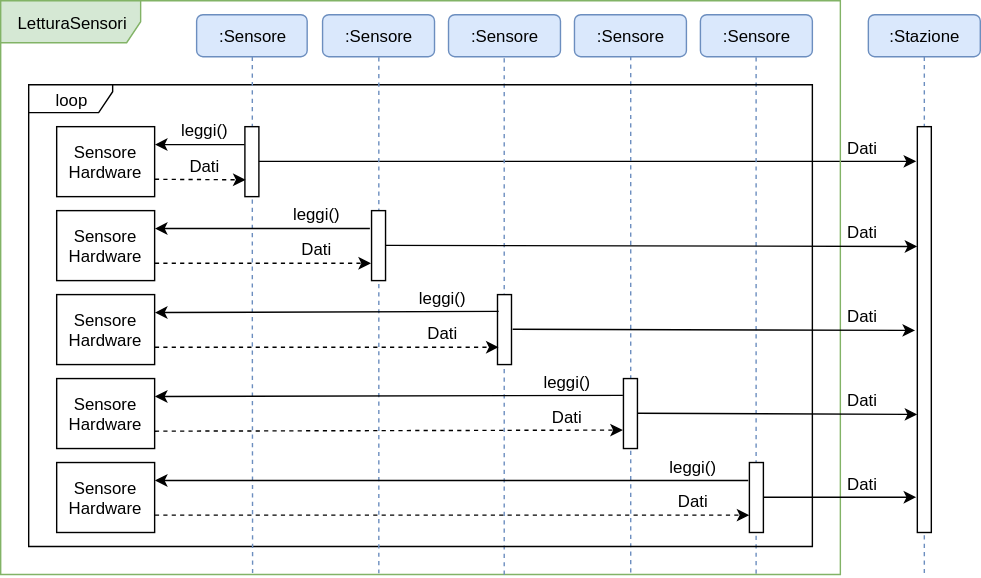
Above: resources/InteractionLetturaSensori.svg in Leaaaf/weatherment.io (draw.io), before the change. Source tidied: cells renumbered, new cells last; positions are measured from the earlier drawing's top-left corner, leaving out a move shared by most shapes.
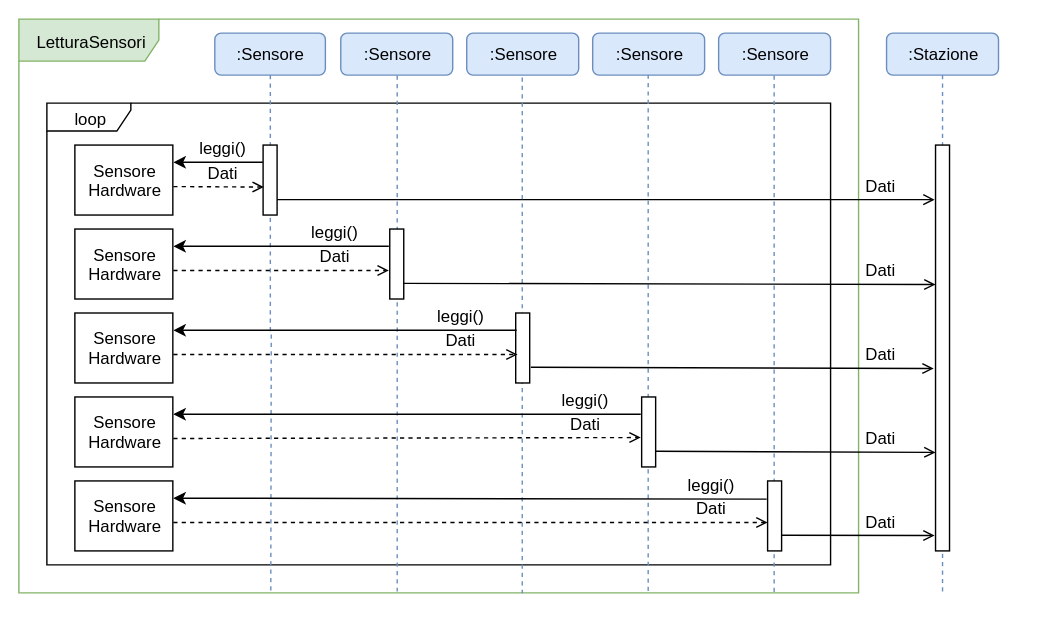
Above is the later version.

Change to the diagram source:
```diff
@@ -2,8 +2,20 @@
   <root>
     <mxCell id="0" />
     <mxCell id="1" parent="0" />
+    <mxCell id="5" value="LetturaSensori" style="shape=umlFrame;whiteSpace=wrap;html=1;width=100;height=30;fillColor=#d5e8d4;strokeColor=#82b366;" parent="1" vertex="1">
+      <mxGeometry width="600" height="410" as="geometry" />
+    </mxCell>
+    <mxCell id="7" value="loop" style="shape=umlFrame;whiteSpace=wrap;html=1;width=60;height=20;" parent="1" vertex="1">
+      <mxGeometry x="20" y="60" width="560" height="330" as="geometry" />
+    </mxCell>
+    <mxCell id="43" value="Dati" style="text;html=1;strokeColor=none;fillColor=none;align=center;verticalAlign=middle;whiteSpace=wrap;rounded=0;" parent="1" vertex="1">
+      <mxGeometry x="110" y="100" width="70" height="20" as="geometry" />
+    </mxCell>
-    <mxCell id="2" style="endArrow=classic;html=1;entryX=-0.08;entryY=0.086;entryDx=0;entryDy=0;entryPerimeter=0;exitX=0.93;exitY=0.496;exitDx=0;exitDy=0;exitPerimeter=0;" parent="1" edge="1" source="21" target="27">
-      <mxGeometry relative="1" as="geometry" />
+    <mxCell id="2" style="endArrow=open;html=1;entryX=-0.08;entryY=0.086;entryDx=0;entryDy=0;entryPerimeter=0;exitX=0.93;exitY=0.496;exitDx=0;exitDy=0;exitPerimeter=0;endFill=0;" parent="1" edge="1">
+      <mxGeometry relative="1" as="geometry">
+        <mxPoint x="183.7" y="129" as="sourcePoint" />
+        <mxPoint x="654.3" y="129" as="targetPoint" />
+      </mxGeometry>
     </mxCell>
     <mxCell id="3" style="edgeStyle=orthogonalEdgeStyle;rounded=0;orthogonalLoop=1;jettySize=auto;html=1;endArrow=none;endFill=0;dashed=1;fillColor=#dae8fc;strokeColor=#6c8ebf;exitX=0.5;exitY=1;exitDx=0;exitDy=0;entryX=0.45;entryY=0.998;entryDx=0;entryDy=0;entryPerimeter=0;" parent="1" edge="1">
       <mxGeometry relative="1" as="geometry">
@@ -25,9 +37,6 @@
         </Array>
       </mxGeometry>
     </mxCell>
-    <mxCell id="5" value="LetturaSensori" style="shape=umlFrame;whiteSpace=wrap;html=1;width=100;height=30;fillColor=#d5e8d4;strokeColor=#82b366;" parent="1" vertex="1">
-      <mxGeometry width="600" height="410" as="geometry" />
-    </mxCell>
     <mxCell id="6" style="edgeStyle=orthogonalEdgeStyle;rounded=0;orthogonalLoop=1;jettySize=auto;html=1;endArrow=none;endFill=0;dashed=1;fillColor=#dae8fc;strokeColor=#6c8ebf;exitX=0.5;exitY=1;exitDx=0;exitDy=0;entryX=0.45;entryY=0.998;entryDx=0;entryDy=0;entryPerimeter=0;" parent="1" edge="1">
       <mxGeometry relative="1" as="geometry">
         <mxPoint x="359.5" y="41.5" as="sourcePoint" />
@@ -38,9 +47,6 @@
         </Array>
       </mxGeometry>
     </mxCell>
-    <mxCell id="7" value="loop" style="shape=umlFrame;whiteSpace=wrap;html=1;width=60;height=20;" parent="1" vertex="1">
-      <mxGeometry x="20" y="60" width="560" height="330" as="geometry" />
-    </mxCell>
     <mxCell id="8" style="edgeStyle=orthogonalEdgeStyle;rounded=0;jettySize=auto;html=1;endArrow=none;endFill=0;dashed=1;fillColor=#dae8fc;strokeColor=#6c8ebf;exitX=0.5;exitY=1;exitDx=0;exitDy=0;entryX=0.45;entryY=0.998;entryDx=0;entryDy=0;entryPerimeter=0;" parent="1" edge="1" source="16" target="5">
       <mxGeometry relative="1" as="geometry">
         <Array as="points">
@@ -111,16 +117,20 @@
     <mxCell id="27" style="html=1;points=[];perimeter=orthogonalPerimeter;" parent="1" vertex="1">
       <mxGeometry x="655" y="90" width="10" height="290" as="geometry" />
     </mxCell>
-    <mxCell id="28" style="endArrow=classic;html=1;dashed=1;exitX=1;exitY=0.75;exitDx=0;exitDy=0;" parent="1" edge="1" source="13">
+    <mxCell id="28" style="endArrow=open;html=1;exitX=1;exitY=0.75;exitDx=0;exitDy=0;endFill=0;dashed=1;" parent="1" edge="1">
       <mxGeometry relative="1" as="geometry">
-        <mxPoint x="175" y="128" as="targetPoint" />
+        <mxPoint x="110.3" y="119.7" as="sourcePoint" />
+        <mxPoint x="175" y="120" as="targetPoint" />
       </mxGeometry>
     </mxCell>
     <mxCell id="29" style="endArrow=classic;html=1;exitX=0;exitY=0.25;exitDx=0;exitDy=0;exitPerimeter=0;entryX=1;entryY=0.25;entryDx=0;entryDy=0;" parent="1" edge="1" source="21" target="13">
       <mxGeometry relative="1" as="geometry" />
     </mxCell>
-    <mxCell id="30" style="endArrow=classic;html=1;dashed=1;exitX=1;exitY=0.75;exitDx=0;exitDy=0;entryX=-0.05;entryY=0.75;entryDx=0;entryDy=0;entryPerimeter=0;" parent="1" edge="1" source="12" target="22">
-      <mxGeometry relative="1" as="geometry" />
+    <mxCell id="30" style="endArrow=open;html=1;exitX=1;exitY=0.75;exitDx=0;exitDy=0;entryX=-0.05;entryY=0.75;entryDx=0;entryDy=0;entryPerimeter=0;endFill=0;dashed=1;" parent="1" edge="1">
+      <mxGeometry relative="1" as="geometry">
+        <mxPoint x="110.3" y="179.7" as="sourcePoint" />
+        <mxPoint x="264.3" y="179.7" as="targetPoint" />
+      </mxGeometry>
     </mxCell>
     <mxCell id="31" style="endArrow=classic;html=1;exitX=-0.1;exitY=0.25;exitDx=0;exitDy=0;exitPerimeter=0;entryX=1;entryY=0.25;entryDx=0;entryDy=0;" parent="1" edge="1" source="22" target="12">
       <mxGeometry relative="1" as="geometry" />
@@ -128,17 +138,26 @@
     <mxCell id="32" style="endArrow=classic;html=1;exitX=0.05;exitY=0.24;exitDx=0;exitDy=0;exitPerimeter=0;entryX=1;entryY=0.25;entryDx=0;entryDy=0;" parent="1" edge="1" source="23" target="11">
       <mxGeometry relative="1" as="geometry" />
     </mxCell>
-    <mxCell id="33" style="endArrow=classic;html=1;dashed=1;exitX=1;exitY=0.75;exitDx=0;exitDy=0;entryX=0.1;entryY=0.75;entryDx=0;entryDy=0;entryPerimeter=0;" parent="1" edge="1" source="11" target="23">
-      <mxGeometry relative="1" as="geometry" />
+    <mxCell id="33" style="endArrow=open;html=1;exitX=1;exitY=0.75;exitDx=0;exitDy=0;entryX=0.1;entryY=0.75;entryDx=0;entryDy=0;entryPerimeter=0;endFill=0;dashed=1;" parent="1" edge="1">
+      <mxGeometry relative="1" as="geometry">
+        <mxPoint x="110.3" y="239.7" as="sourcePoint" />
+        <mxPoint x="356.3" y="239.7" as="targetPoint" />
+      </mxGeometry>
     </mxCell>
     <mxCell id="34" style="endArrow=classic;html=1;exitX=-0.05;exitY=0.24;exitDx=0;exitDy=0;exitPerimeter=0;entryX=1;entryY=0.25;entryDx=0;entryDy=0;" parent="1" edge="1" source="24" target="10">
       <mxGeometry relative="1" as="geometry" />
     </mxCell>
-    <mxCell id="35" style="endArrow=classic;html=1;dashed=1;exitX=1;exitY=0.75;exitDx=0;exitDy=0;entryX=-0.05;entryY=0.74;entryDx=0;entryDy=0;entryPerimeter=0;" parent="1" edge="1" source="10" target="24">
-      <mxGeometry relative="1" as="geometry" />
+    <mxCell id="35" style="endArrow=open;html=1;exitX=1;exitY=0.75;exitDx=0;exitDy=0;entryX=-0.05;entryY=0.74;entryDx=0;entryDy=0;entryPerimeter=0;endFill=0;dashed=1;" parent="1" edge="1">
+      <mxGeometry relative="1" as="geometry">
+        <mxPoint x="110.3" y="299.7" as="sourcePoint" />
+        <mxPoint x="444.3" y="299" as="targetPoint" />
+      </mxGeometry>
     </mxCell>
-    <mxCell id="36" style="endArrow=classic;html=1;dashed=1;exitX=1;exitY=0.75;exitDx=0;exitDy=0;entryX=0;entryY=0.75;entryDx=0;entryDy=0;entryPerimeter=0;" parent="1" edge="1" source="9" target="25">
-      <mxGeometry relative="1" as="geometry" />
+    <mxCell id="36" style="endArrow=open;html=1;exitX=1;exitY=0.75;exitDx=0;exitDy=0;entryX=0;entryY=0.75;entryDx=0;entryDy=0;entryPerimeter=0;endFill=0;dashed=1;" parent="1" edge="1">
+      <mxGeometry relative="1" as="geometry">
+        <mxPoint x="110.3" y="359.7" as="sourcePoint" />
+        <mxPoint x="535" y="359.7" as="targetPoint" />
+      </mxGeometry>
     </mxCell>
     <mxCell id="37" style="endArrow=classic;html=1;exitX=-0.05;exitY=0.26;exitDx=0;exitDy=0;exitPerimeter=0;entryX=1;entryY=0.25;entryDx=0;entryDy=0;" parent="1" edge="1" source="25" target="9">
       <mxGeometry relative="1" as="geometry" />
@@ -158,56 +177,56 @@
     <mxCell id="42" value="leggi()" style="text;html=1;strokeColor=none;fillColor=none;align=center;verticalAlign=middle;whiteSpace=wrap;rounded=0;" parent="1" vertex="1">
       <mxGeometry x="449" y="323" width="91" height="20" as="geometry" />
     </mxCell>
-    <mxCell id="43" value="Dati" style="text;html=1;strokeColor=none;fillColor=none;align=center;verticalAlign=middle;whiteSpace=wrap;rounded=0;" parent="1" vertex="1">
-      <mxGeometry x="110" y="108" width="70" height="20" as="geometry" />
-    </mxCell>
     <mxCell id="44" value="Dati" style="text;html=1;strokeColor=none;fillColor=none;align=center;verticalAlign=middle;whiteSpace=wrap;rounded=0;" parent="1" vertex="1">
-      <mxGeometry x="180" y="167" width="90" height="20" as="geometry" />
+      <mxGeometry x="180" y="159" width="90" height="20" as="geometry" />
     </mxCell>
     <mxCell id="45" value="Dati" style="text;html=1;strokeColor=none;fillColor=none;align=center;verticalAlign=middle;whiteSpace=wrap;rounded=0;" parent="1" vertex="1">
-      <mxGeometry x="270" y="227" width="90" height="20" as="geometry" />
+      <mxGeometry x="270" y="219" width="90" height="20" as="geometry" />
     </mxCell>
     <mxCell id="46" value="Dati" style="text;html=1;strokeColor=none;fillColor=none;align=center;verticalAlign=middle;whiteSpace=wrap;rounded=0;" parent="1" vertex="1">
-      <mxGeometry x="359" y="287" width="90" height="20" as="geometry" />
+      <mxGeometry x="359" y="279" width="90" height="20" as="geometry" />
     </mxCell>
     <mxCell id="47" value="Dati" style="text;html=1;strokeColor=none;fillColor=none;align=center;verticalAlign=middle;whiteSpace=wrap;rounded=0;" parent="1" vertex="1">
-      <mxGeometry x="449" y="347" width="90" height="20" as="geometry" />
+      <mxGeometry x="449" y="339" width="90" height="20" as="geometry" />
     </mxCell>
-    <mxCell id="48" style="endArrow=classic;html=1;exitX=0.93;exitY=0.496;exitDx=0;exitDy=0;exitPerimeter=0;entryX=0;entryY=0.295;entryDx=0;entryDy=0;entryPerimeter=0;" parent="1" edge="1" target="27">
+    <mxCell id="48" style="endArrow=open;html=1;exitX=0.93;exitY=0.496;exitDx=0;exitDy=0;exitPerimeter=0;entryX=0;entryY=0.295;entryDx=0;entryDy=0;entryPerimeter=0;endFill=0;" parent="1" edge="1">
       <mxGeometry relative="1" as="geometry">
-        <mxPoint x="274.8" y="174.8" as="sourcePoint" />
+        <mxPoint x="274.8" y="188.8" as="sourcePoint" />
+        <mxPoint x="655" y="189.7" as="targetPoint" />
       </mxGeometry>
     </mxCell>
-    <mxCell id="49" style="endArrow=classic;html=1;exitX=0.93;exitY=0.496;exitDx=0;exitDy=0;exitPerimeter=0;entryX=-0.16;entryY=0.502;entryDx=0;entryDy=0;entryPerimeter=0;" parent="1" edge="1" target="27">
+    <mxCell id="49" style="endArrow=open;html=1;exitX=0.93;exitY=0.496;exitDx=0;exitDy=0;exitPerimeter=0;entryX=-0.16;entryY=0.502;entryDx=0;entryDy=0;entryPerimeter=0;endFill=0;" parent="1" edge="1">
       <mxGeometry relative="1" as="geometry">
-        <mxPoint x="365.8" y="234.8" as="sourcePoint" />
+        <mxPoint x="365.8" y="248.8" as="sourcePoint" />
+        <mxPoint x="653.7" y="249.7" as="targetPoint" />
       </mxGeometry>
     </mxCell>
-    <mxCell id="50" style="endArrow=classic;html=1;exitX=0.93;exitY=0.496;exitDx=0;exitDy=0;exitPerimeter=0;entryX=0;entryY=0.709;entryDx=0;entryDy=0;entryPerimeter=0;" parent="1" edge="1">
+    <mxCell id="50" style="endArrow=open;html=1;exitX=0.93;exitY=0.496;exitDx=0;exitDy=0;exitPerimeter=0;entryX=0;entryY=0.709;entryDx=0;entryDy=0;entryPerimeter=0;endFill=0;" parent="1" edge="1">
       <mxGeometry relative="1" as="geometry">
-        <mxPoint x="454.8" y="294.8" as="sourcePoint" />
-        <mxPoint x="655" y="295.6" as="targetPoint" />
+        <mxPoint x="454.8" y="308.8" as="sourcePoint" />
+        <mxPoint x="655" y="309.6" as="targetPoint" />
       </mxGeometry>
     </mxCell>
-    <mxCell id="51" style="endArrow=classic;html=1;exitX=0.93;exitY=0.496;exitDx=0;exitDy=0;exitPerimeter=0;entryX=-0.08;entryY=0.913;entryDx=0;entryDy=0;entryPerimeter=0;" parent="1" edge="1" target="27">
+    <mxCell id="51" style="endArrow=open;html=1;exitX=0.93;exitY=0.496;exitDx=0;exitDy=0;exitPerimeter=0;entryX=-0.08;entryY=0.913;entryDx=0;entryDy=0;entryPerimeter=0;endFill=0;" parent="1" edge="1">
       <mxGeometry relative="1" as="geometry">
-        <mxPoint x="544.8" y="354.8" as="sourcePoint" />
+        <mxPoint x="544.8" y="368.8" as="sourcePoint" />
+        <mxPoint x="654.3" y="369" as="targetPoint" />
       </mxGeometry>
     </mxCell>
     <mxCell id="52" value="Dati" style="text;html=1;strokeColor=none;fillColor=none;align=center;verticalAlign=middle;whiteSpace=wrap;rounded=0;" parent="1" vertex="1">
-      <mxGeometry x="580" y="95" width="70" height="20" as="geometry" />
+      <mxGeometry x="580" y="109" width="70" height="20" as="geometry" />
     </mxCell>
     <mxCell id="53" value="Dati" style="text;html=1;strokeColor=none;fillColor=none;align=center;verticalAlign=middle;whiteSpace=wrap;rounded=0;" parent="1" vertex="1">
-      <mxGeometry x="580" y="155" width="70" height="20" as="geometry" />
+      <mxGeometry x="580" y="169" width="70" height="20" as="geometry" />
     </mxCell>
     <mxCell id="54" value="Dati" style="text;html=1;strokeColor=none;fillColor=none;align=center;verticalAlign=middle;whiteSpace=wrap;rounded=0;" parent="1" vertex="1">
-      <mxGeometry x="580" y="215" width="70" height="20" as="geometry" />
+      <mxGeometry x="580" y="229" width="70" height="20" as="geometry" />
     </mxCell>
     <mxCell id="55" value="Dati" style="text;html=1;strokeColor=none;fillColor=none;align=center;verticalAlign=middle;whiteSpace=wrap;rounded=0;" parent="1" vertex="1">
-      <mxGeometry x="580" y="275" width="70" height="20" as="geometry" />
+      <mxGeometry x="580" y="289" width="70" height="20" as="geometry" />
     </mxCell>
     <mxCell id="56" value="Dati" style="text;html=1;strokeColor=none;fillColor=none;align=center;verticalAlign=middle;whiteSpace=wrap;rounded=0;" parent="1" vertex="1">
-      <mxGeometry x="580" y="335" width="70" height="20" as="geometry" />
+      <mxGeometry x="580" y="349" width="70" height="20" as="geometry" />
     </mxCell>
   </root>
 </mxGraphModel>
```
